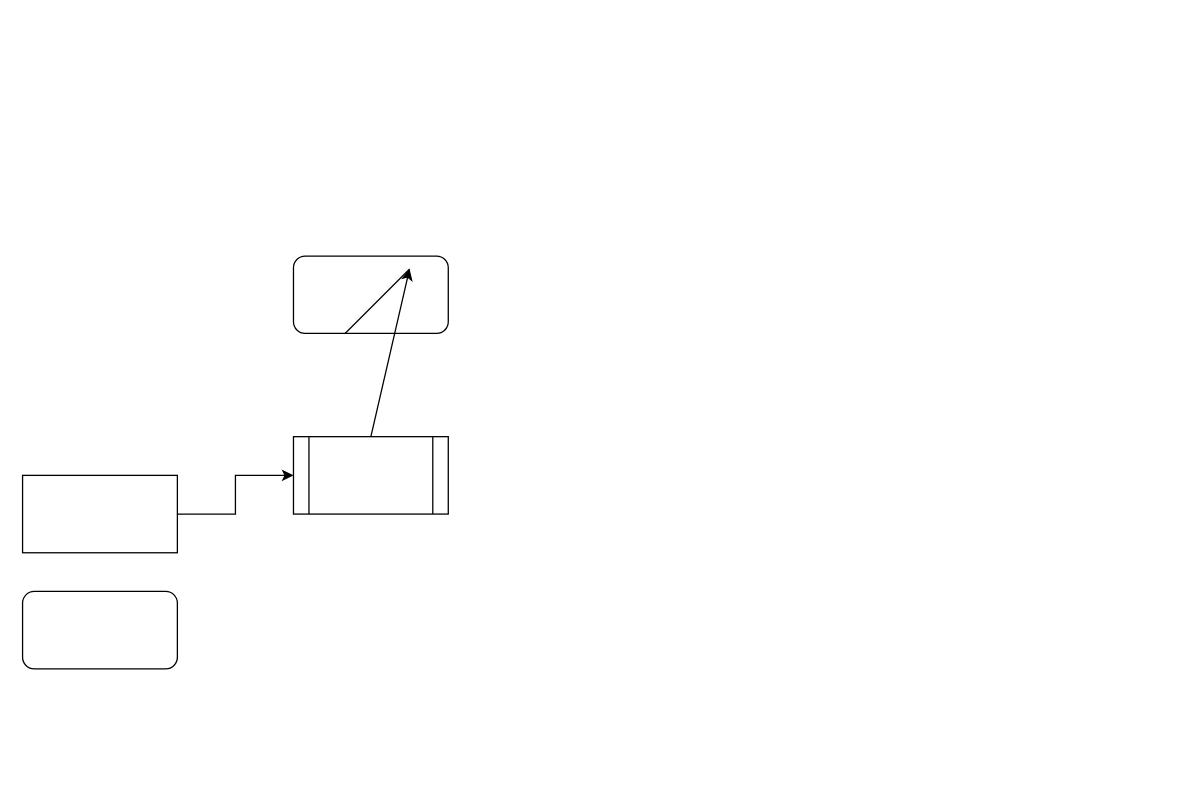
The draw.io diagram 未命名绘图.drawio in sinfar/draw, before the edit. Source tidied: cells renumbered, new cells numbered last; positions are measured from the earlier drawing's top-left corner, leaving out a move shared by most shapes. Both pictures are drawn from the tidied source at 129%, with x=0, y=0 at pixel (22, 255).
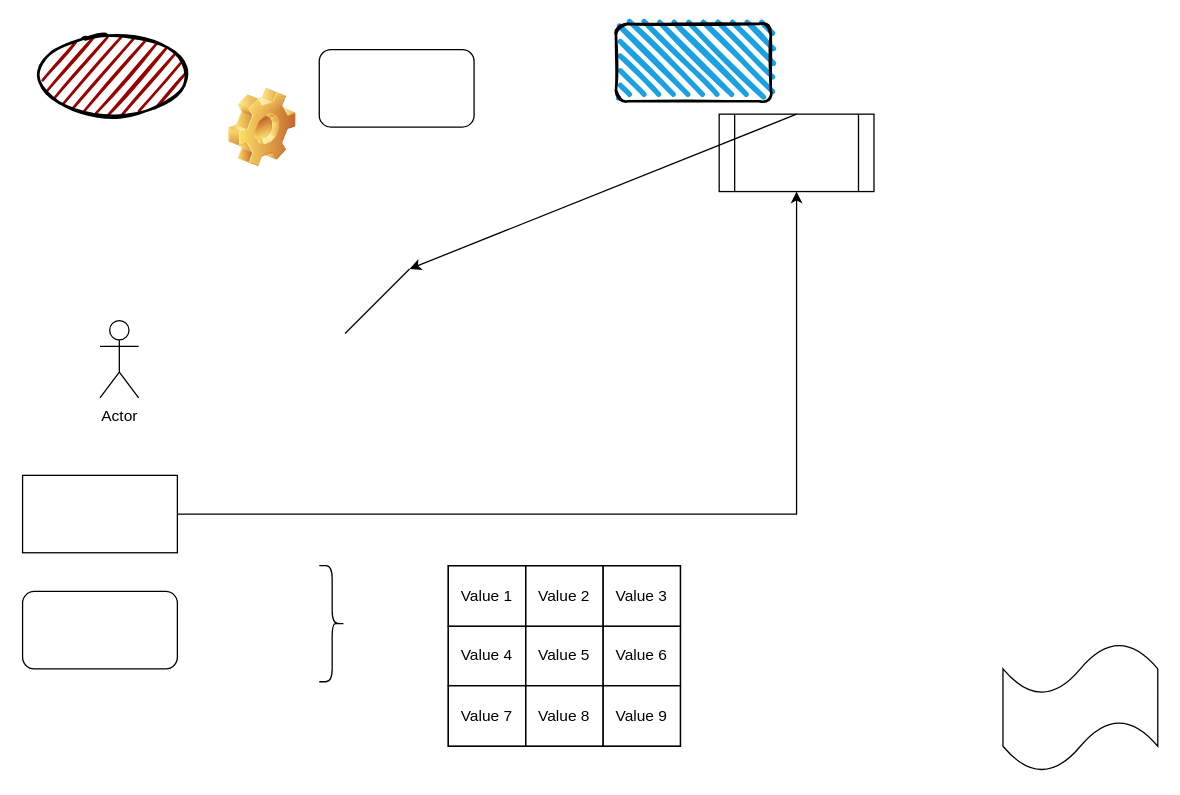
The same diagram, later.

Commit message (it also covers changes not shown here):
更新未命名绘图.drawio

Diff of the diagram source:
```diff
@@
     <mxCell id="5" style="rounded=1;whiteSpace=wrap;html=1;" parent="1" vertex="1">
-      <mxGeometry x="210" width="120" height="60" as="geometry" />
+      <mxGeometry x="230" y="-160" width="120" height="60" as="geometry" />
     </mxCell>
     <mxCell id="6" style="shape=process;whiteSpace=wrap;html=1;backgroundOutline=1;" parent="1" vertex="1">
-      <mxGeometry x="210" y="140" width="120" height="60" as="geometry" />
+      <mxGeometry x="540" y="-110" width="120" height="60" as="geometry" />
     </mxCell>
@@
+    <mxCell id="9" style="shape=tape;whiteSpace=wrap;html=1;" parent="1" vertex="1">
+      <mxGeometry x="760" y="300" width="120" height="100" as="geometry" />
+    </mxCell>
+    <mxCell id="10" style="ellipse;whiteSpace=wrap;html=1;strokeWidth=2;fillWeight=2;hachureGap=8;fillColor=#990000;fillStyle=dots;sketch=1;" parent="1" vertex="1">
+      <mxGeometry x="10" y="-170" width="120" height="60" as="geometry" />
+    </mxCell>
+    <mxCell id="11" style="rounded=1;whiteSpace=wrap;html=1;strokeWidth=2;fillWeight=4;hachureGap=8;hachureAngle=45;fillColor=#1ba1e2;sketch=1;" parent="1" vertex="1">
+      <mxGeometry x="460" y="-180" width="120" height="60" as="geometry" />
+    </mxCell>
+    <mxCell id="12" style="shape=image;html=1;verticalLabelPosition=bottom;verticalAlign=top;imageAspect=1;image=img/clipart/Gear_128x128.png;" parent="1" vertex="1">
+      <mxGeometry x="160" y="-130" width="52" height="61" as="geometry" />
+    </mxCell>
+    <mxCell id="13" value="Actor" style="shape=umlActor;verticalLabelPosition=bottom;verticalAlign=top;html=1;" parent="1" vertex="1">
+      <mxGeometry x="60" y="50" width="30" height="60" as="geometry" />
+    </mxCell>
+    <mxCell id="14" style="childLayout=tableLayout;shadow=0;fillColor=none;" parent="1" vertex="1">
+      <mxGeometry x="330" y="240" width="180" height="140" as="geometry" />
+    </mxCell>
+    <mxCell id="15" style="shape=tableRow;horizontal=0;startSize=0;swimlaneHead=0;swimlaneBody=0;top=0;left=0;bottom=0;right=0;fontStyle=0;fillColor=none;strokeColor=inherit;" parent="14" vertex="1">
+      <mxGeometry width="180" height="47" as="geometry" />
+    </mxCell>
+    <mxCell id="16" value="Value 1" style="strokeColor=inherit;fillColor=none;align=center;whiteSpace=wrap;html=1;" parent="15" vertex="1">
+      <mxGeometry width="60" height="47" as="geometry" />
+    </mxCell>
+    <mxCell id="17" value="Value 2" style="strokeColor=inherit;fillColor=none;align=center;whiteSpace=wrap;html=1;" parent="15" vertex="1">
+      <mxGeometry x="60" width="60" height="47" as="geometry" />
+    </mxCell>
+    <mxCell id="18" value="Value 3" style="strokeColor=inherit;fillColor=none;align=center;whiteSpace=wrap;html=1;" parent="15" vertex="1">
+      <mxGeometry x="120" width="60" height="47" as="geometry" />
+    </mxCell>
+    <mxCell id="19" style="shape=tableRow;horizontal=0;startSize=0;swimlaneHead=0;swimlaneBody=0;top=0;left=0;bottom=0;right=0;fontStyle=0;fillColor=none;strokeColor=inherit;" parent="14" vertex="1">
+      <mxGeometry y="47" width="180" height="46" as="geometry" />
+    </mxCell>
+    <mxCell id="20" value="Value 4" style="strokeColor=inherit;fillColor=none;align=center;whiteSpace=wrap;html=1;" parent="19" vertex="1">
+      <mxGeometry width="60" height="46" as="geometry" />
+    </mxCell>
+    <mxCell id="21" value="Value 5" style="strokeColor=inherit;fillColor=none;align=center;whiteSpace=wrap;html=1;" parent="19" vertex="1">
+      <mxGeometry x="60" width="60" height="46" as="geometry" />
+    </mxCell>
+    <mxCell id="22" value="Value 6" style="strokeColor=inherit;fillColor=none;align=center;whiteSpace=wrap;html=1;" parent="19" vertex="1">
+      <mxGeometry x="120" width="60" height="46" as="geometry" />
+    </mxCell>
+    <mxCell id="23" style="shape=tableRow;horizontal=0;startSize=0;swimlaneHead=0;swimlaneBody=0;top=0;left=0;bottom=0;right=0;fontStyle=0;fillColor=none;strokeColor=inherit;" parent="14" vertex="1">
+      <mxGeometry y="93" width="180" height="47" as="geometry" />
+    </mxCell>
+    <mxCell id="24" value="Value 7" style="strokeColor=inherit;fillColor=none;align=center;whiteSpace=wrap;html=1;" parent="23" vertex="1">
+      <mxGeometry width="60" height="47" as="geometry" />
+    </mxCell>
+    <mxCell id="25" value="Value 8" style="strokeColor=inherit;fillColor=none;align=center;whiteSpace=wrap;html=1;" parent="23" vertex="1">
+      <mxGeometry x="60" width="60" height="47" as="geometry" />
+    </mxCell>
+    <mxCell id="26" value="Value 9" style="strokeColor=inherit;fillColor=none;align=center;whiteSpace=wrap;html=1;" parent="23" vertex="1">
+      <mxGeometry x="120" width="60" height="47" as="geometry" />
+    </mxCell>
+    <mxCell id="27" style="shape=curlyBracket;whiteSpace=wrap;html=1;rounded=1;flipH=1;labelPosition=right;verticalLabelPosition=middle;align=left;verticalAlign=middle;" parent="1" vertex="1">
+      <mxGeometry x="230" y="240" width="20" height="90" as="geometry" />
+    </mxCell>
```
